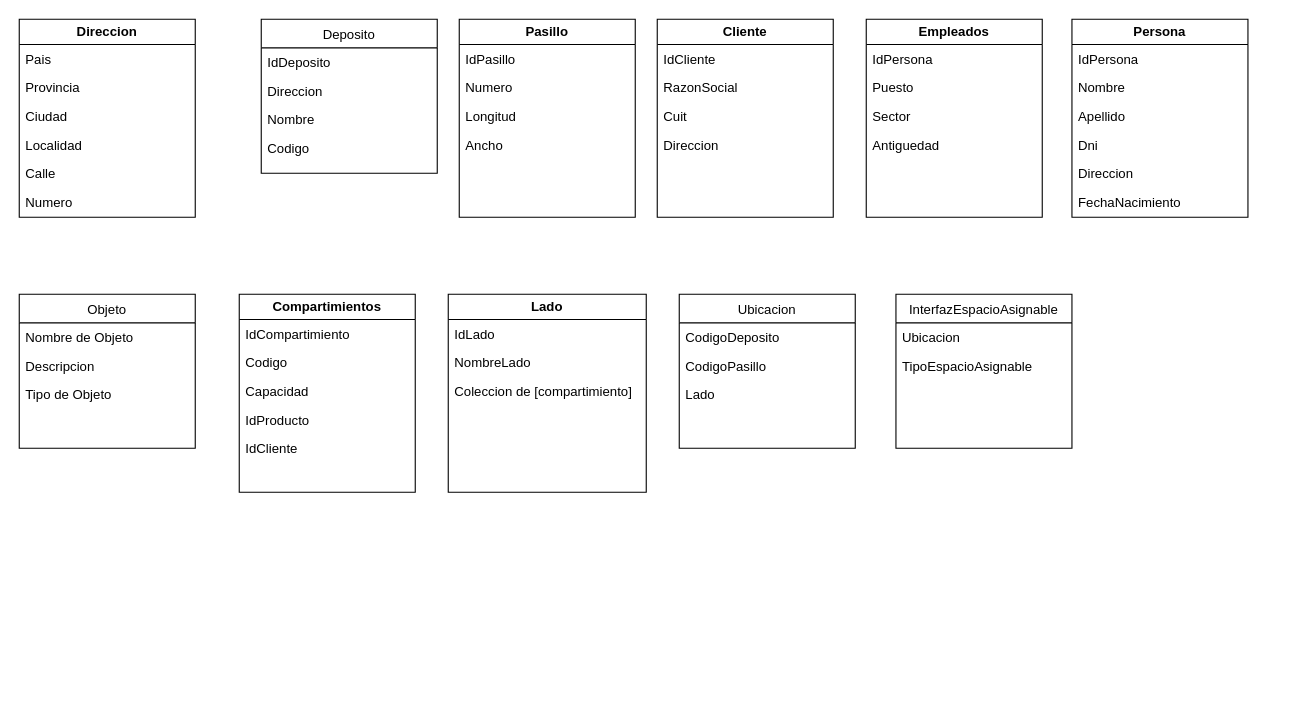
Earlier version of the draw.io diagram Diagrama sin título.drawio (Libreman3/UMLDeposito-Grupo2). Source tidied: cells renumbered, new cells numbered last; positions are measured from the earlier drawing's top-left corner, leaving out a move shared by most shapes. Both pictures are drawn from the tidied source at 110%, with x=0, y=0 at pixel (19, 19).
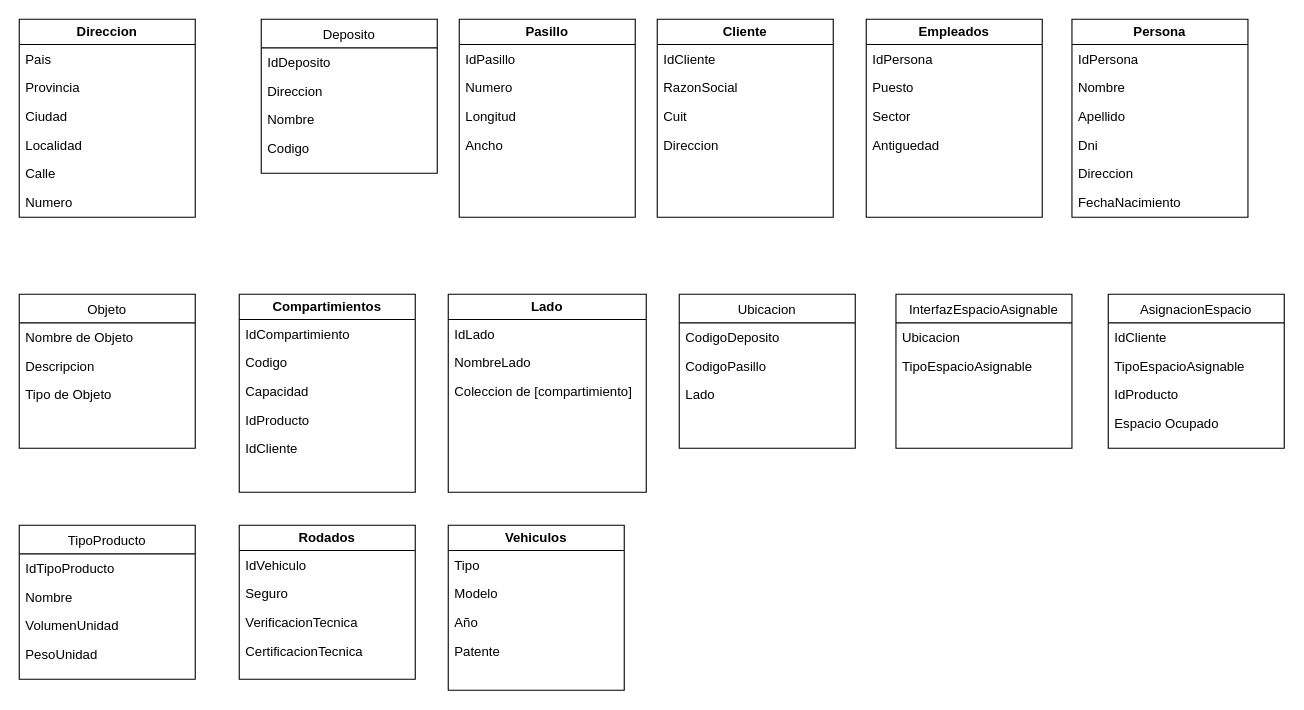
The same diagram, later.

Change to the diagram source:
```diff
@@
+    <mxCell id="57" value="AsignacionEspacio" style="swimlane;fontStyle=0;align=center;verticalAlign=top;horizontal=1;startSize=26;rounded=0;shadow=0;strokeWidth=1;" parent="1" vertex="1">
+      <mxGeometry x="990" y="250" width="160" height="140" as="geometry" />
+    </mxCell>
+    <mxCell id="58" value="IdCliente" style="text;align=left;verticalAlign=top;spacingLeft=4;spacingRight=4;overflow=hidden;" parent="57" vertex="1">
+      <mxGeometry y="26" width="160" height="26" as="geometry" />
+    </mxCell>
+    <mxCell id="59" value="TipoEspacioAsignable" style="text;align=left;verticalAlign=top;spacingLeft=4;spacingRight=4;overflow=hidden;rounded=0;shadow=0;html=0;" parent="57" vertex="1">
+      <mxGeometry y="52" width="160" height="26" as="geometry" />
+    </mxCell>
+    <mxCell id="60" value="IdProducto" style="text;align=left;verticalAlign=top;spacingLeft=4;spacingRight=4;overflow=hidden;rounded=0;shadow=0;html=0;" parent="57" vertex="1">
+      <mxGeometry y="78" width="160" height="26" as="geometry" />
+    </mxCell>
+    <mxCell id="61" value="Espacio Ocupado" style="text;align=left;verticalAlign=top;spacingLeft=4;spacingRight=4;overflow=hidden;rounded=0;shadow=0;html=0;" parent="57" vertex="1">
+      <mxGeometry y="104" width="160" height="26" as="geometry" />
+    </mxCell>
+    <mxCell id="62" value="TipoProducto" style="swimlane;fontStyle=0;align=center;verticalAlign=top;horizontal=1;startSize=26;rounded=0;shadow=0;strokeWidth=1;" parent="1" vertex="1">
+      <mxGeometry y="460" width="160" height="140" as="geometry" />
+    </mxCell>
+    <mxCell id="63" value="IdTipoProducto" style="text;align=left;verticalAlign=top;spacingLeft=4;spacingRight=4;overflow=hidden;" parent="62" vertex="1">
+      <mxGeometry y="26" width="160" height="26" as="geometry" />
+    </mxCell>
+    <mxCell id="64" value="Nombre" style="text;align=left;verticalAlign=top;spacingLeft=4;spacingRight=4;overflow=hidden;rounded=0;shadow=0;html=0;" parent="62" vertex="1">
+      <mxGeometry y="52" width="160" height="26" as="geometry" />
+    </mxCell>
+    <mxCell id="65" value="VolumenUnidad" style="text;align=left;verticalAlign=top;spacingLeft=4;spacingRight=4;overflow=hidden;rounded=0;shadow=0;html=0;" parent="62" vertex="1">
+      <mxGeometry y="78" width="160" height="26" as="geometry" />
+    </mxCell>
+    <mxCell id="66" value="PesoUnidad" style="text;align=left;verticalAlign=top;spacingLeft=4;spacingRight=4;overflow=hidden;rounded=0;shadow=0;html=0;" parent="62" vertex="1">
+      <mxGeometry y="104" width="160" height="26" as="geometry" />
+    </mxCell>
+    <mxCell id="67" value="Rodados" style="swimlane;whiteSpace=wrap;html=1;" parent="1" vertex="1">
+      <mxGeometry x="200" y="460" width="160" height="140" as="geometry" />
+    </mxCell>
+    <mxCell id="68" value="Seguro" style="text;align=left;verticalAlign=top;spacingLeft=4;spacingRight=4;overflow=hidden;rounded=0;shadow=0;html=0;" parent="67" vertex="1">
+      <mxGeometry y="49" width="160" height="26" as="geometry" />
+    </mxCell>
+    <mxCell id="69" value="VerificacionTecnica" style="text;align=left;verticalAlign=top;spacingLeft=4;spacingRight=4;overflow=hidden;rounded=0;shadow=0;html=0;" parent="67" vertex="1">
+      <mxGeometry y="75" width="160" height="26" as="geometry" />
+    </mxCell>
+    <mxCell id="70" value="IdVehiculo" style="text;align=left;verticalAlign=top;spacingLeft=4;spacingRight=4;overflow=hidden;rounded=0;shadow=0;html=0;" parent="67" vertex="1">
+      <mxGeometry y="23" width="160" height="26" as="geometry" />
+    </mxCell>
+    <mxCell id="71" value="CertificacionTecnica" style="text;align=left;verticalAlign=top;spacingLeft=4;spacingRight=4;overflow=hidden;rounded=0;shadow=0;html=0;" parent="67" vertex="1">
+      <mxGeometry y="101" width="160" height="26" as="geometry" />
+    </mxCell>
+    <mxCell id="72" value="Vehiculos" style="swimlane;whiteSpace=wrap;html=1;" parent="1" vertex="1">
+      <mxGeometry x="390" y="460" width="160" height="150" as="geometry" />
+    </mxCell>
+    <mxCell id="73" value="Modelo" style="text;align=left;verticalAlign=top;spacingLeft=4;spacingRight=4;overflow=hidden;rounded=0;shadow=0;html=0;" parent="72" vertex="1">
+      <mxGeometry y="49" width="160" height="26" as="geometry" />
+    </mxCell>
+    <mxCell id="74" value="Año" style="text;align=left;verticalAlign=top;spacingLeft=4;spacingRight=4;overflow=hidden;rounded=0;shadow=0;html=0;" parent="72" vertex="1">
+      <mxGeometry y="75" width="160" height="26" as="geometry" />
+    </mxCell>
+    <mxCell id="75" value="Patente" style="text;align=left;verticalAlign=top;spacingLeft=4;spacingRight=4;overflow=hidden;rounded=0;shadow=0;html=0;" parent="72" vertex="1">
+      <mxGeometry y="101" width="160" height="26" as="geometry" />
+    </mxCell>
+    <mxCell id="76" value="Tipo" style="text;align=left;verticalAlign=top;spacingLeft=4;spacingRight=4;overflow=hidden;rounded=0;shadow=0;html=0;" parent="72" vertex="1">
+      <mxGeometry y="23" width="160" height="26" as="geometry" />
+    </mxCell>
```
